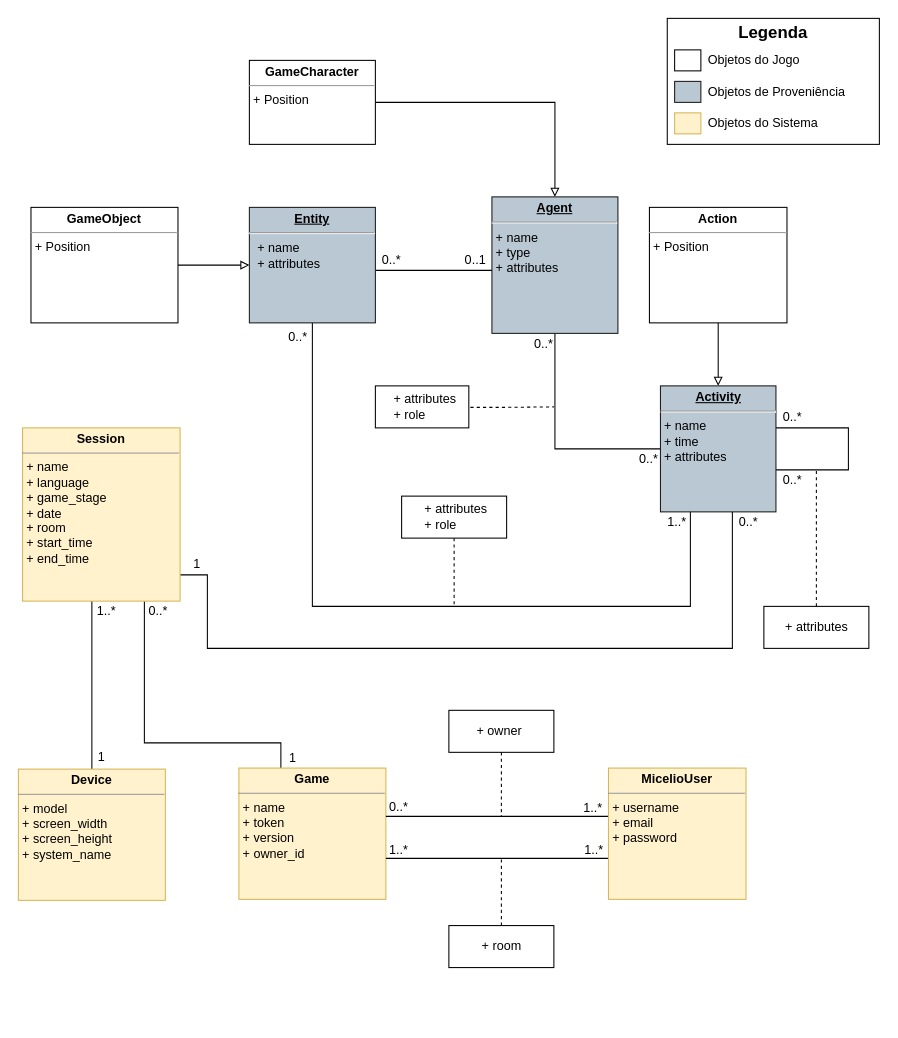
multisens/micelio keeps this draw.io diagram as page "WebAPI Class Model" (4 of 6) of Documentation/Diagramas/Modelo De Dados Proveniencia.drawio. Above is the earlier version. Source tidied: cells renumbered, new cells numbered last; positions are measured from the earlier drawing's top-left corner, leaving out a move shared by most shapes. Both pictures are drawn from the tidied source at 105%, with x=0, y=0 at pixel (18, 18).
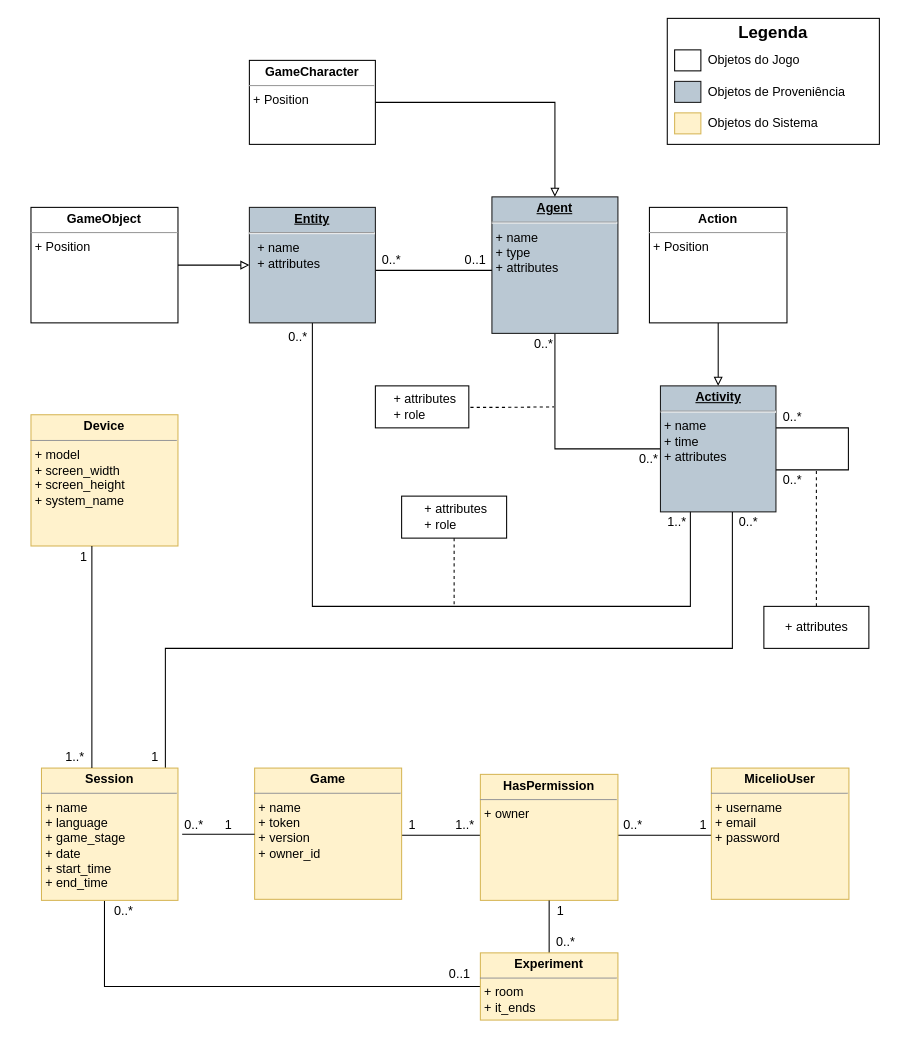
The same page after the edit.

The change refers to these unchanged cells:
```xml
<mxCell id="13" value="&lt;p style=&quot;margin: 0px ; margin-top: 4px ; text-align: center ; text-decoration: underline&quot;&gt;&lt;b&gt;Activity&lt;/b&gt;&lt;/p&gt;&lt;hr&gt;&amp;nbsp;+ name&lt;br&gt;&lt;span&gt;&amp;nbsp;+ time&lt;br&gt;&lt;/span&gt;&lt;span&gt;&amp;nbsp;&lt;/span&gt;&lt;span&gt;+ attributes&lt;/span&gt;" style="verticalAlign=top;align=left;overflow=fill;fontSize=12;fontFamily=Helvetica;html=1;fillColor=#BAC8D3;strokeColor=#1A1A1A;" parent="1" vertex="1">
  <mxGeometry x="611.5" y="350" width="110" height="120" as="geometry" />
</mxCell>
```

The edit, as a diff of the source:
```diff
@@
     <mxCell id="14" style="edgeStyle=orthogonalEdgeStyle;rounded=0;jettySize=auto;html=1;endArrow=none;endFill=0;" parent="1" edge="1" source="17" target="13">
       <mxGeometry relative="1" as="geometry">
         <Array as="points">
-          <mxPoint x="180" y="530" />
-          <mxPoint x="180" y="600" />
+          <mxPoint x="140" y="600" />
           <mxPoint x="680" y="600" />
         </Array>
       </mxGeometry>
     </mxCell>
-    <mxCell id="15" style="edgeStyle=orthogonalEdgeStyle;rounded=0;jettySize=auto;html=1;endArrow=none;endFill=0;" parent="1" edge="1" target="18">
-      <mxGeometry relative="1" as="geometry">
-        <mxPoint x="70" y="450" as="sourcePoint" />
-        <Array as="points">
-          <mxPoint x="70" y="630" />
-          <mxPoint x="70" y="630" />
-        </Array>
-      </mxGeometry>
-    </mxCell>
-    <mxCell id="16" style="edgeStyle=orthogonalEdgeStyle;rounded=0;jettySize=auto;html=1;endArrow=none;endFill=0;" parent="1" edge="1" source="17" target="19">
-      <mxGeometry relative="1" as="geometry">
-        <Array as="points">
-          <mxPoint x="120" y="690" />
-          <mxPoint x="250" y="690" />
-        </Array>
-      </mxGeometry>
-    </mxCell>
+    <mxCell id="60" style="edgeStyle=orthogonalEdgeStyle;rounded=0;jettySize=auto;html=1;endArrow=none;endFill=0;" parent="1" edge="1" source="17" target="66">
+      <mxGeometry relative="1" as="geometry">
+        <Array as="points">
+          <mxPoint x="82" y="922" />
+        </Array>
+      </mxGeometry>
+    </mxCell>
-    <mxCell id="17" value="&lt;p style=&quot;margin: 0px ; margin-top: 4px ; text-align: center&quot;&gt;&lt;b&gt;Session&lt;/b&gt;&lt;/p&gt;&lt;hr size=&quot;1&quot;&gt;&lt;p style=&quot;margin: 0px ; margin-left: 4px&quot;&gt;&lt;span&gt;+ name&lt;/span&gt;&lt;br&gt;&lt;/p&gt;&lt;p style=&quot;margin: 0px ; margin-left: 4px&quot;&gt;+ language&lt;br&gt;&lt;/p&gt;&lt;p style=&quot;margin: 0px ; margin-left: 4px&quot;&gt;+ game_stage&lt;/p&gt;&lt;p style=&quot;margin: 0px ; margin-left: 4px&quot;&gt;+ date&lt;/p&gt;&lt;p style=&quot;margin: 0px ; margin-left: 4px&quot;&gt;+ room&lt;/p&gt;&lt;p style=&quot;margin: 0px ; margin-left: 4px&quot;&gt;&lt;span&gt;+ start_time&lt;/span&gt;&lt;/p&gt;&lt;p style=&quot;margin: 0px ; margin-left: 4px&quot;&gt;+ end_time&lt;/p&gt;&lt;p style=&quot;margin: 0px ; margin-left: 4px&quot;&gt;&lt;br&gt;&lt;/p&gt;" style="verticalAlign=top;align=left;overflow=fill;fontSize=12;fontFamily=Helvetica;html=1;strokeColor=#d6b656;fillColor=#fff2cc;" parent="1" vertex="1">
-      <mxGeometry x="4" y="390" width="150" height="165" as="geometry" />
+    <mxCell id="17" value="&lt;p style=&quot;margin: 0px ; margin-top: 4px ; text-align: center&quot;&gt;&lt;b&gt;Session&lt;/b&gt;&lt;/p&gt;&lt;hr size=&quot;1&quot;&gt;&lt;p style=&quot;margin: 0px ; margin-left: 4px&quot;&gt;&lt;span&gt;+ name&lt;/span&gt;&lt;br&gt;&lt;/p&gt;&lt;p style=&quot;margin: 0px ; margin-left: 4px&quot;&gt;+ language&lt;br&gt;&lt;/p&gt;&lt;p style=&quot;margin: 0px ; margin-left: 4px&quot;&gt;+ game_stage&lt;/p&gt;&lt;p style=&quot;margin: 0px ; margin-left: 4px&quot;&gt;+ date&lt;/p&gt;&lt;p style=&quot;margin: 0px ; margin-left: 4px&quot;&gt;&lt;span&gt;+ start_time&lt;/span&gt;&lt;/p&gt;&lt;p style=&quot;margin: 0px ; margin-left: 4px&quot;&gt;+ end_time&lt;/p&gt;&lt;p style=&quot;margin: 0px ; margin-left: 4px&quot;&gt;&lt;br&gt;&lt;/p&gt;" style="verticalAlign=top;align=left;overflow=fill;fontSize=12;fontFamily=Helvetica;html=1;strokeColor=#d6b656;fillColor=#fff2cc;" parent="1" vertex="1">
+      <mxGeometry x="22" y="714" width="130" height="126" as="geometry" />
     </mxCell>
     <mxCell id="18" value="&lt;p style=&quot;margin: 0px ; margin-top: 4px ; text-align: center&quot;&gt;&lt;b&gt;Device&lt;/b&gt;&lt;/p&gt;&lt;hr size=&quot;1&quot;&gt;&lt;p style=&quot;margin: 0px ; margin-left: 4px&quot;&gt;&lt;span&gt;+ model&lt;/span&gt;&lt;br&gt;&lt;/p&gt;&lt;p style=&quot;margin: 0px ; margin-left: 4px&quot;&gt;+ screen_width&lt;/p&gt;&lt;p style=&quot;margin: 0px ; margin-left: 4px&quot;&gt;+ screen_height&lt;/p&gt;&lt;p style=&quot;margin: 0px ; margin-left: 4px&quot;&gt;+ system_name&lt;/p&gt;&lt;p style=&quot;margin: 0px ; margin-left: 4px&quot;&gt;&lt;br&gt;&lt;/p&gt;" style="verticalAlign=top;align=left;overflow=fill;fontSize=12;fontFamily=Helvetica;html=1;strokeColor=#d6b656;fillColor=#fff2cc;" parent="1" vertex="1">
-      <mxGeometry y="715" width="140" height="125" as="geometry" />
+      <mxGeometry x="12" y="377.5" width="140" height="125" as="geometry" />
     </mxCell>
+    <mxCell id="61" style="edgeStyle=orthogonalEdgeStyle;rounded=0;jettySize=auto;html=1;endArrow=none;endFill=0;" parent="1" edge="1" source="19" target="63">
+      <mxGeometry relative="1" as="geometry">
+        <Array as="points">
+          <mxPoint x="400" y="778" />
+          <mxPoint x="400" y="778" />
+        </Array>
+      </mxGeometry>
+    </mxCell>
     <mxCell id="19" value="&lt;p style=&quot;margin: 0px ; margin-top: 4px ; text-align: center&quot;&gt;&lt;b&gt;Game&lt;/b&gt;&lt;/p&gt;&lt;hr size=&quot;1&quot;&gt;&lt;p style=&quot;margin: 0px ; margin-left: 4px&quot;&gt;&lt;span&gt;+ name&lt;/span&gt;&lt;br&gt;&lt;/p&gt;&lt;p style=&quot;margin: 0px ; margin-left: 4px&quot;&gt;+ token&lt;/p&gt;&lt;p style=&quot;margin: 0px ; margin-left: 4px&quot;&gt;&lt;span&gt;+ version&lt;/span&gt;&lt;/p&gt;&lt;p style=&quot;margin: 0px ; margin-left: 4px&quot;&gt;&lt;span&gt;+ owner_id&lt;/span&gt;&lt;/p&gt;" style="verticalAlign=top;align=left;overflow=fill;fontSize=12;fontFamily=Helvetica;html=1;strokeColor=#d6b656;fillColor=#fff2cc;" parent="1" vertex="1">
-      <mxGeometry x="210" y="714" width="140" height="125" as="geometry" />
+      <mxGeometry x="225" y="714" width="140" height="125" as="geometry" />
     </mxCell>
@@
     <mxCell id="25" value="1" style="text;html=1;align=center;verticalAlign=middle;" parent="1" vertex="1">
-      <mxGeometry x="160" y="510" width="20" height="20" as="geometry" />
+      <mxGeometry x="120" y="694" width="20" height="20" as="geometry" />
     </mxCell>
-    <mxCell id="26" value="1" style="text;html=1;align=center;verticalAlign=middle;" parent="1" vertex="1">
-      <mxGeometry x="251" y="695" width="20" height="20" as="geometry" />
-    </mxCell>
-    <mxCell id="27" value="0..*" style="text;html=1;align=center;verticalAlign=middle;" parent="1" vertex="1">
-      <mxGeometry x="118" y="555" width="30" height="20" as="geometry" />
-    </mxCell>
-    <mxCell id="28" value="1" style="text;html=1;align=center;verticalAlign=middle;" parent="1" vertex="1">
-      <mxGeometry x="69" y="694" width="20" height="20" as="geometry" />
-    </mxCell>
-    <mxCell id="29" value="&amp;nbsp;1..*" style="text;html=1;align=center;verticalAlign=middle;" parent="1" vertex="1">
-      <mxGeometry x="62" y="555" width="40" height="20" as="geometry" />
-    </mxCell>
@@
-    <mxCell id="48" style="edgeStyle=orthogonalEdgeStyle;rounded=0;jettySize=auto;html=1;endArrow=none;endFill=0;" parent="1" edge="1" source="50" target="19">
-      <mxGeometry relative="1" as="geometry">
-        <Array as="points">
-          <mxPoint x="460" y="760" />
-          <mxPoint x="460" y="760" />
-        </Array>
-      </mxGeometry>
-    </mxCell>
-    <mxCell id="49" style="edgeStyle=orthogonalEdgeStyle;rounded=0;jettySize=auto;html=1;endArrow=none;endFill=0;" parent="1" edge="1" source="50" target="19">
-      <mxGeometry relative="1" as="geometry">
-        <Array as="points">
-          <mxPoint x="450" y="800" />
-          <mxPoint x="450" y="800" />
-        </Array>
-      </mxGeometry>
-    </mxCell>
+    <mxCell id="62" style="edgeStyle=orthogonalEdgeStyle;rounded=0;jettySize=auto;html=1;endArrow=none;endFill=0;" parent="1" edge="1" source="50" target="63">
+      <mxGeometry relative="1" as="geometry">
+        <Array as="points">
+          <mxPoint x="620" y="778" />
+          <mxPoint x="620" y="778" />
+        </Array>
+      </mxGeometry>
+    </mxCell>
     <mxCell id="50" value="&lt;p style=&quot;margin: 0px ; margin-top: 4px ; text-align: center&quot;&gt;&lt;b&gt;MicelioUser&lt;/b&gt;&lt;/p&gt;&lt;hr size=&quot;1&quot;&gt;&lt;p style=&quot;margin: 0px ; margin-left: 4px&quot;&gt;&lt;span&gt;+ username&lt;/span&gt;&lt;br&gt;&lt;/p&gt;&lt;p style=&quot;margin: 0px ; margin-left: 4px&quot;&gt;+ email&lt;/p&gt;&lt;p style=&quot;margin: 0px ; margin-left: 4px&quot;&gt;+ password&lt;/p&gt;&lt;p style=&quot;margin: 0px ; margin-left: 4px&quot;&gt;&lt;/p&gt;" style="verticalAlign=top;align=left;overflow=fill;fontSize=12;fontFamily=Helvetica;html=1;strokeColor=#d6b656;fillColor=#fff2cc;" parent="1" vertex="1">
-      <mxGeometry x="562" y="714" width="131" height="125" as="geometry" />
+      <mxGeometry x="660" y="714" width="131" height="125" as="geometry" />
     </mxCell>
-    <mxCell id="51" value="0..*" style="text;html=1;align=center;verticalAlign=middle;" parent="1" vertex="1">
-      <mxGeometry x="347" y="741" width="30" height="20" as="geometry" />
-    </mxCell>
-    <mxCell id="52" value="1..*" style="text;html=1;align=center;verticalAlign=middle;" parent="1" vertex="1">
-      <mxGeometry x="532" y="742" width="30" height="20" as="geometry" />
-    </mxCell>
-    <mxCell id="53" value="+ owner&amp;nbsp;" style="shape=umlLifeline;perimeter=lifelinePerimeter;whiteSpace=wrap;html=1;" parent="1" vertex="1">
-      <mxGeometry x="410" y="659" width="100" height="101" as="geometry" />
-    </mxCell>
@@
-    <mxCell id="56" value="1..*" style="text;html=1;align=center;verticalAlign=middle;" parent="1" vertex="1">
-      <mxGeometry x="347" y="782" width="30" height="20" as="geometry" />
+    <mxCell id="56" value="1" style="text;html=1;align=center;verticalAlign=middle;" parent="1" vertex="1">
+      <mxGeometry x="365" y="759" width="20" height="20" as="geometry" />
     </mxCell>
-    <mxCell id="57" value="1..*" style="text;html=1;align=center;verticalAlign=middle;" parent="1" vertex="1">
-      <mxGeometry x="533" y="782" width="30" height="20" as="geometry" />
+    <mxCell id="57" value="1" style="text;html=1;align=center;verticalAlign=middle;" parent="1" vertex="1">
+      <mxGeometry x="641.5" y="759" width="20" height="20" as="geometry" />
     </mxCell>
-    <mxCell id="58" style="shape=umlLifeline;perimeter=lifelinePerimeter;whiteSpace=wrap;html=1;rotation=-180;" parent="1" vertex="1">
-      <mxGeometry x="410" y="801" width="100" height="103" as="geometry" />
-    </mxCell>
-    <mxCell id="59" value="+ room" style="text;html=1;align=center;verticalAlign=middle;" parent="58" vertex="1">
-      <mxGeometry x="25" y="73" width="50" height="20" as="geometry" />
-    </mxCell>
+    <mxCell id="63" value="&lt;p style=&quot;margin: 0px ; margin-top: 4px ; text-align: center&quot;&gt;&lt;b&gt;HasPermission&lt;/b&gt;&lt;/p&gt;&lt;hr size=&quot;1&quot;&gt;&lt;p style=&quot;margin: 0px ; margin-left: 4px&quot;&gt;&lt;span style=&quot;text-align: center&quot;&gt;+ owner&amp;nbsp;&lt;/span&gt;&lt;br&gt;&lt;/p&gt;&lt;p style=&quot;margin: 0px ; margin-left: 4px&quot;&gt;&lt;/p&gt;" style="verticalAlign=top;align=left;overflow=fill;fontSize=12;fontFamily=Helvetica;html=1;strokeColor=#d6b656;fillColor=#fff2cc;" parent="1" vertex="1">
+      <mxGeometry x="440" y="720" width="131" height="120" as="geometry" />
+    </mxCell>
+    <mxCell id="52" value="1..*" style="text;html=1;align=center;verticalAlign=middle;" parent="1" vertex="1">
+      <mxGeometry x="410" y="759" width="30" height="20" as="geometry" />
+    </mxCell>
+    <mxCell id="64" value="0..*" style="text;html=1;align=center;verticalAlign=middle;" parent="1" vertex="1">
+      <mxGeometry x="570" y="759" width="30" height="20" as="geometry" />
+    </mxCell>
+    <mxCell id="65" style="edgeStyle=orthogonalEdgeStyle;rounded=0;jettySize=auto;html=1;endArrow=none;endFill=0;" parent="1" edge="1" source="66" target="63">
+      <mxGeometry relative="1" as="geometry" />
+    </mxCell>
+    <mxCell id="66" value="&lt;p style=&quot;margin: 0px ; margin-top: 4px ; text-align: center&quot;&gt;&lt;b&gt;Experiment&lt;/b&gt;&lt;/p&gt;&lt;hr size=&quot;1&quot;&gt;&lt;p style=&quot;margin: 0px ; margin-left: 4px&quot;&gt;&lt;span style=&quot;text-align: center&quot;&gt;+ room&lt;/span&gt;&lt;br&gt;&lt;/p&gt;&lt;p style=&quot;margin: 0px ; margin-left: 4px&quot;&gt;&lt;span style=&quot;text-align: center&quot;&gt;+ it_ends&lt;/span&gt;&lt;/p&gt;&lt;p style=&quot;margin: 0px ; margin-left: 4px&quot;&gt;&lt;/p&gt;" style="verticalAlign=top;align=left;overflow=fill;fontSize=12;fontFamily=Helvetica;html=1;strokeColor=#d6b656;fillColor=#fff2cc;" parent="1" vertex="1">
+      <mxGeometry x="440" y="890" width="131" height="64" as="geometry" />
+    </mxCell>
+    <mxCell id="15" style="edgeStyle=orthogonalEdgeStyle;rounded=0;jettySize=auto;html=1;endArrow=none;endFill=0;" parent="1" edge="1" source="17" target="18">
+      <mxGeometry x="92" y="555" as="geometry">
+        <Array as="points">
+          <mxPoint x="70" y="600" />
+          <mxPoint x="70" y="600" />
+        </Array>
+      </mxGeometry>
+    </mxCell>
+    <mxCell id="28" value="1" style="text;html=1;align=center;verticalAlign=middle;" parent="1" vertex="1">
+      <mxGeometry x="52" y="502.5" width="20" height="20" as="geometry" />
+    </mxCell>
+    <mxCell id="29" value="&amp;nbsp;1..*" style="text;html=1;align=center;verticalAlign=middle;" parent="1" vertex="1">
+      <mxGeometry x="32" y="694" width="40" height="20" as="geometry" />
+    </mxCell>
+    <mxCell id="16" style="edgeStyle=orthogonalEdgeStyle;rounded=0;jettySize=auto;html=1;endArrow=none;endFill=0;" parent="1" edge="1" target="19">
+      <mxGeometry x="148" y="555" as="geometry">
+        <mxPoint x="156" y="777" as="sourcePoint" />
+        <Array as="points">
+          <mxPoint x="156" y="777" />
+        </Array>
+      </mxGeometry>
+    </mxCell>
+    <mxCell id="26" value="1" style="text;html=1;align=center;verticalAlign=middle;" parent="1" vertex="1">
+      <mxGeometry x="190" y="759" width="20" height="20" as="geometry" />
+    </mxCell>
+    <mxCell id="27" value="0..*" style="text;html=1;align=center;verticalAlign=middle;" parent="1" vertex="1">
+      <mxGeometry x="152" y="759" width="30" height="20" as="geometry" />
+    </mxCell>
+    <mxCell id="67" value="0..1" style="text;html=1;align=center;verticalAlign=middle;" parent="1" vertex="1">
+      <mxGeometry x="400" y="900" width="40" height="20" as="geometry" />
+    </mxCell>
+    <mxCell id="68" value="0..*" style="text;html=1;align=center;verticalAlign=middle;" parent="1" vertex="1">
+      <mxGeometry x="85" y="840" width="30" height="20" as="geometry" />
+    </mxCell>
+    <mxCell id="69" value="1" style="text;html=1;align=center;verticalAlign=middle;" parent="1" vertex="1">
+      <mxGeometry x="506" y="840" width="20" height="20" as="geometry" />
+    </mxCell>
+    <mxCell id="70" value="0..*" style="text;html=1;align=center;verticalAlign=middle;" parent="1" vertex="1">
+      <mxGeometry x="506" y="870" width="30" height="20" as="geometry" />
+    </mxCell>
```
